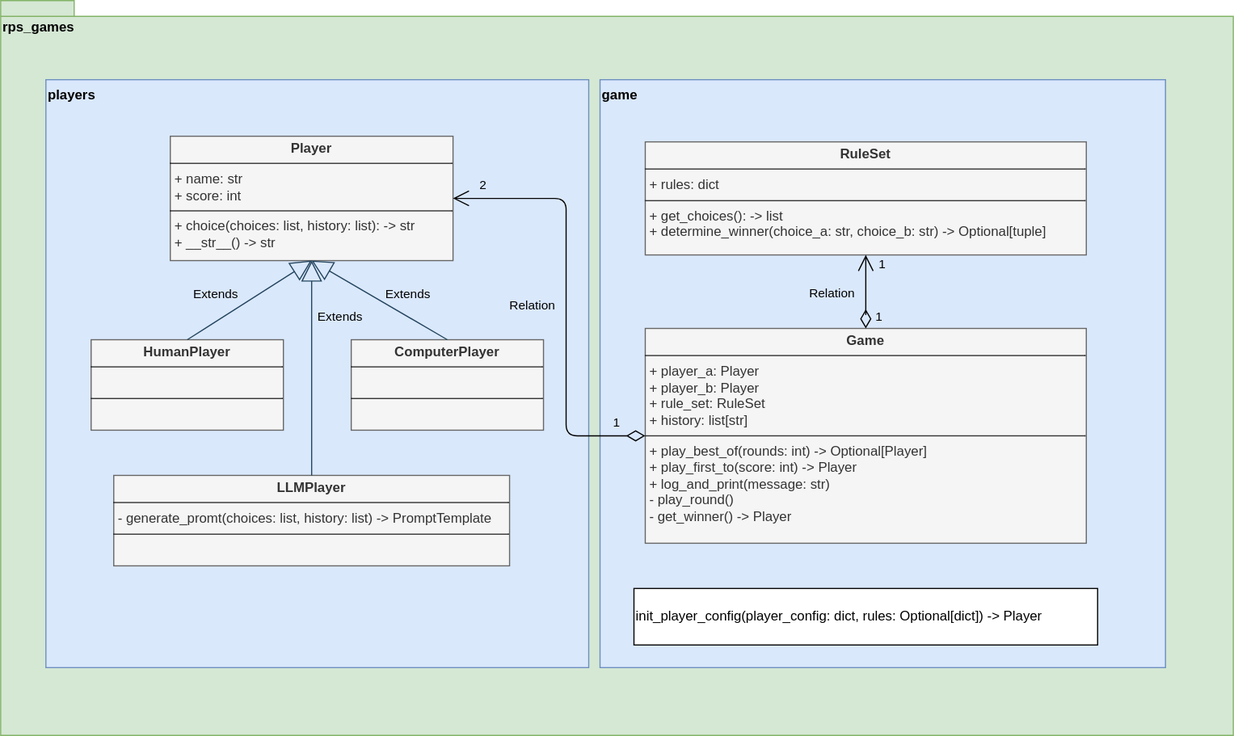
This is docs/diagrams/classes.svg from massimilianobotticelli/rock-paper-scissor, a draw.io export, as it was before one commit. Source tidied: cells renumbered, new cells last; positions are measured from the earlier drawing's top-left corner, leaving out a move shared by most shapes.
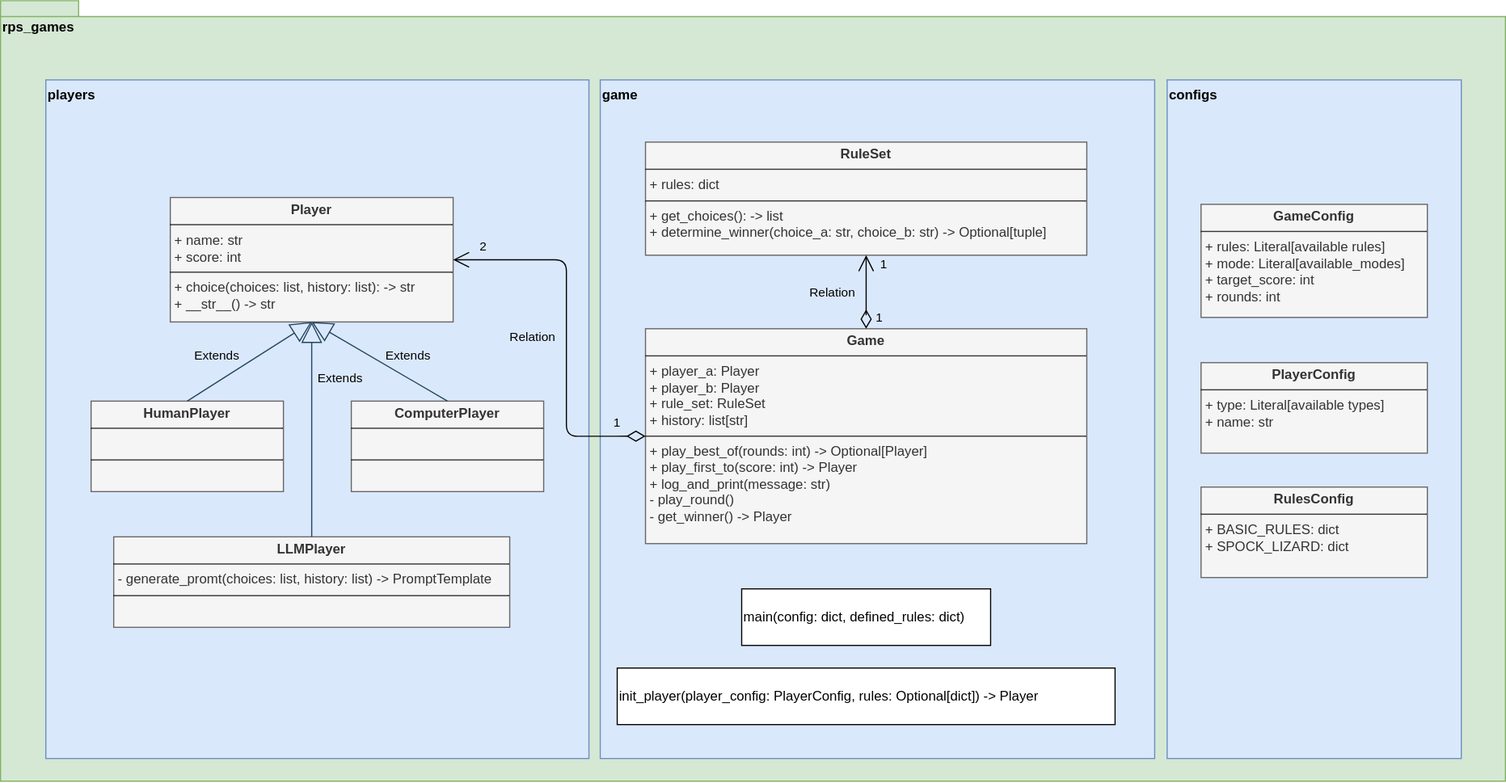
After the commit.

Diff of the diagram source:
```diff
@@ -3,25 +3,25 @@
     <mxCell id="0" />
     <mxCell id="1" parent="0" />
     <mxCell id="2" value="rps_games" style="shape=folder;fontStyle=1;spacingTop=10;tabWidth=40;tabHeight=14;tabPosition=left;html=1;whiteSpace=wrap;verticalAlign=top;align=left;fillColor=#d5e8d4;strokeColor=#82b366;" parent="1" vertex="1">
-      <mxGeometry width="1090" height="650" as="geometry" />
+      <mxGeometry width="1330" height="690" as="geometry" />
     </mxCell>
     <mxCell id="3" value="players" style="html=1;whiteSpace=wrap;align=left;verticalAlign=top;fontStyle=1;fillColor=#dae8fc;strokeColor=#6c8ebf;" parent="1" vertex="1">
-      <mxGeometry x="40" y="70" width="480" height="520" as="geometry" />
+      <mxGeometry x="40" y="70" width="480" height="600" as="geometry" />
     </mxCell>
     <mxCell id="4" value="game" style="html=1;whiteSpace=wrap;align=left;verticalAlign=top;fontStyle=1;fillColor=#dae8fc;strokeColor=#6c8ebf;" parent="1" vertex="1">
-      <mxGeometry x="530" y="70" width="500" height="520" as="geometry" />
+      <mxGeometry x="530" y="70" width="490" height="600" as="geometry" />
     </mxCell>
     <mxCell id="5" value="&lt;p style=&quot;margin:0px;margin-top:4px;text-align:center;&quot;&gt;&lt;b&gt;RuleSet&lt;/b&gt;&lt;/p&gt;&lt;hr size=&quot;1&quot; style=&quot;border-style:solid;&quot;&gt;&lt;p style=&quot;margin:0px;margin-left:4px;&quot;&gt;+ rules: dict&lt;/p&gt;&lt;hr size=&quot;1&quot; style=&quot;border-style:solid;&quot;&gt;&lt;p style=&quot;margin:0px;margin-left:4px;&quot;&gt;+ get_choices(): -&amp;gt; list&lt;/p&gt;&lt;p style=&quot;margin:0px;margin-left:4px;&quot;&gt;+ determine_winner(choice_a: str, choice_b: str) -&amp;gt; Optional[tuple]&lt;/p&gt;" style="verticalAlign=top;align=left;overflow=fill;html=1;whiteSpace=wrap;fillColor=#f5f5f5;strokeColor=#666666;fontColor=#333333;" parent="1" vertex="1">
       <mxGeometry x="570" y="125" width="390" height="100" as="geometry" />
     </mxCell>
     <mxCell id="6" value="&lt;p style=&quot;margin:0px;margin-top:4px;text-align:center;&quot;&gt;&lt;b&gt;Player&lt;/b&gt;&lt;/p&gt;&lt;hr size=&quot;1&quot; style=&quot;border-style:solid;&quot;&gt;&lt;p style=&quot;margin:0px;margin-left:4px;&quot;&gt;+ name: str&lt;/p&gt;&lt;p style=&quot;margin:0px;margin-left:4px;&quot;&gt;+ score: int&lt;/p&gt;&lt;hr size=&quot;1&quot; style=&quot;border-style:solid;&quot;&gt;&lt;p style=&quot;margin:0px;margin-left:4px;&quot;&gt;+ choice(choices: list, history: list): -&amp;gt; str&lt;/p&gt;&lt;p style=&quot;margin:0px;margin-left:4px;&quot;&gt;+ __str__() -&amp;gt; str&lt;/p&gt;" style="verticalAlign=top;align=left;overflow=fill;html=1;whiteSpace=wrap;fillColor=#f5f5f5;strokeColor=#666666;fontColor=#333333;" parent="1" vertex="1">
-      <mxGeometry x="150" y="120" width="250" height="110" as="geometry" />
+      <mxGeometry x="150" y="174" width="250" height="110" as="geometry" />
     </mxCell>
     <mxCell id="7" value="&lt;p style=&quot;margin:0px;margin-top:4px;text-align:center;&quot;&gt;&lt;b&gt;HumanPlayer&lt;/b&gt;&lt;/p&gt;&lt;hr size=&quot;1&quot; style=&quot;border-style:solid;&quot;&gt;&lt;p style=&quot;margin:0px;margin-left:4px;&quot;&gt;&lt;br&gt;&lt;/p&gt;&lt;hr size=&quot;1&quot; style=&quot;border-style:solid;&quot;&gt;&lt;p style=&quot;margin:0px;margin-left:4px;&quot;&gt;&lt;br&gt;&lt;/p&gt;" style="verticalAlign=top;align=left;overflow=fill;html=1;whiteSpace=wrap;fillColor=#f5f5f5;strokeColor=#666666;fontColor=#333333;" parent="1" vertex="1">
-      <mxGeometry x="80" y="300" width="170" height="80" as="geometry" />
+      <mxGeometry x="80" y="354" width="170" height="80" as="geometry" />
     </mxCell>
     <mxCell id="8" value="&lt;p style=&quot;margin:0px;margin-top:4px;text-align:center;&quot;&gt;&lt;b&gt;ComputerPlayer&lt;/b&gt;&lt;/p&gt;&lt;hr size=&quot;1&quot; style=&quot;border-style:solid;&quot;&gt;&lt;p style=&quot;margin:0px;margin-left:4px;&quot;&gt;&lt;br&gt;&lt;/p&gt;&lt;hr size=&quot;1&quot; style=&quot;border-style:solid;&quot;&gt;&lt;p style=&quot;margin:0px;margin-left:4px;&quot;&gt;&lt;br&gt;&lt;/p&gt;" style="verticalAlign=top;align=left;overflow=fill;html=1;whiteSpace=wrap;fillColor=#f5f5f5;strokeColor=#666666;fontColor=#333333;" parent="1" vertex="1">
-      <mxGeometry x="310" y="300" width="170" height="80" as="geometry" />
+      <mxGeometry x="310" y="354" width="170" height="80" as="geometry" />
     </mxCell>
     <mxCell id="9" value="Extends" style="endArrow=block;endSize=16;endFill=0;html=1;exitX=0.5;exitY=0;exitDx=0;exitDy=0;entryX=0.5;entryY=1;entryDx=0;entryDy=0;fillColor=#bac8d3;strokeColor=#23445d;labelBackgroundColor=none;" parent="1" edge="1" source="7" target="6">
       <mxGeometry x="-0.35" y="20" relative="1" as="geometry" />
@@ -33,21 +33,21 @@
       <mxGeometry x="570" y="290" width="390" height="190" as="geometry" />
     </mxCell>
     <mxCell id="12" value="&lt;p style=&quot;margin:0px;margin-top:4px;text-align:center;&quot;&gt;&lt;b&gt;LLMPlayer&lt;/b&gt;&lt;/p&gt;&lt;hr size=&quot;1&quot; style=&quot;border-style:solid;&quot;&gt;&lt;p style=&quot;margin:0px;margin-left:4px;&quot;&gt;- generate_promt(choices: list, history: list) -&amp;gt; PromptTemplate&lt;/p&gt;&lt;hr size=&quot;1&quot; style=&quot;border-style:solid;&quot;&gt;&lt;p style=&quot;margin:0px;margin-left:4px;&quot;&gt;&lt;br&gt;&lt;/p&gt;" style="verticalAlign=top;align=left;overflow=fill;html=1;whiteSpace=wrap;fillColor=#f5f5f5;strokeColor=#666666;fontColor=#333333;" parent="1" vertex="1">
-      <mxGeometry x="100" y="420" width="350" height="80" as="geometry" />
+      <mxGeometry x="100" y="474" width="350" height="80" as="geometry" />
     </mxCell>
     <mxCell id="13" value="Extends" style="endArrow=block;endSize=16;endFill=0;html=1;exitX=0.5;exitY=0;exitDx=0;exitDy=0;fillColor=#bac8d3;strokeColor=#23445d;labelBackgroundColor=none;" parent="1" edge="1" source="12">
       <mxGeometry x="0.47" y="-25" relative="1" as="geometry">
-        <mxPoint x="275" y="230" as="targetPoint" />
+        <mxPoint x="275" y="284" as="targetPoint" />
       </mxGeometry>
     </mxCell>
-    <mxCell id="14" value="validate_player_config(player_config: dict, rules: Optional[dict]) -&amp;gt; Player" style="html=1;whiteSpace=wrap;align=left;" parent="1" vertex="1">
-      <mxGeometry x="560" y="520" width="410" height="50" as="geometry" />
+    <mxCell id="14" value="init_player(player_config: PlayerConfig, rules: Optional[dict]) -&amp;gt; Player" style="html=1;whiteSpace=wrap;align=left;" parent="1" vertex="1">
+      <mxGeometry x="545" y="590" width="440" height="50" as="geometry" />
     </mxCell>
     <mxCell id="15" value="Relation" style="endArrow=open;html=1;endSize=12;startArrow=diamondThin;startSize=14;startFill=0;edgeStyle=orthogonalEdgeStyle;entryX=1;entryY=0.5;entryDx=0;entryDy=0;exitX=0;exitY=0.5;exitDx=0;exitDy=0;fontColor=default;labelBackgroundColor=none;" parent="1" edge="1" source="11" target="6">
       <mxGeometry x="-0.03" y="30" relative="1" as="geometry">
         <Array as="points">
           <mxPoint x="500" y="385" />
-          <mxPoint x="500" y="175" />
+          <mxPoint x="500" y="229" />
         </Array>
       </mxGeometry>
     </mxCell>
@@ -79,5 +79,20 @@
         <mxPoint x="18" y="-5" as="offset" />
       </mxGeometry>
     </mxCell>
+    <mxCell id="21" value="main(config: dict, defined_rules: dict)" style="html=1;whiteSpace=wrap;align=left;" parent="1" vertex="1">
+      <mxGeometry x="655" y="520" width="220" height="50" as="geometry" />
+    </mxCell>
+    <mxCell id="22" value="configs" style="html=1;whiteSpace=wrap;align=left;verticalAlign=top;fontStyle=1;fillColor=#dae8fc;strokeColor=#6c8ebf;" parent="1" vertex="1">
+      <mxGeometry x="1031" y="70" width="260" height="600" as="geometry" />
+    </mxCell>
+    <mxCell id="23" value="&lt;p style=&quot;margin:0px;margin-top:4px;text-align:center;&quot;&gt;&lt;b&gt;GameConfig&lt;/b&gt;&lt;/p&gt;&lt;hr size=&quot;1&quot; style=&quot;border-style:solid;&quot;&gt;&lt;p style=&quot;margin:0px;margin-left:4px;&quot;&gt;+ rules: Literal[available rules]&lt;/p&gt;&lt;p style=&quot;margin:0px;margin-left:4px;&quot;&gt;+ mode: Literal[available_modes]&lt;/p&gt;&lt;p style=&quot;margin:0px;margin-left:4px;&quot;&gt;+ target_score: int&lt;/p&gt;&lt;p style=&quot;margin:0px;margin-left:4px;&quot;&gt;+ rounds: int&lt;/p&gt;" style="verticalAlign=top;align=left;overflow=fill;html=1;whiteSpace=wrap;fillColor=#f5f5f5;strokeColor=#666666;fontColor=#333333;" parent="1" vertex="1">
+      <mxGeometry x="1061" y="180" width="200" height="100" as="geometry" />
+    </mxCell>
+    <mxCell id="24" value="&lt;p style=&quot;margin:0px;margin-top:4px;text-align:center;&quot;&gt;&lt;b&gt;PlayerConfig&lt;/b&gt;&lt;/p&gt;&lt;hr size=&quot;1&quot; style=&quot;border-style:solid;&quot;&gt;&lt;p style=&quot;margin:0px;margin-left:4px;&quot;&gt;+ type: Literal[available types]&lt;/p&gt;&lt;p style=&quot;margin:0px;margin-left:4px;&quot;&gt;+ name: str&lt;/p&gt;" style="verticalAlign=top;align=left;overflow=fill;html=1;whiteSpace=wrap;fillColor=#f5f5f5;strokeColor=#666666;fontColor=#333333;" parent="1" vertex="1">
+      <mxGeometry x="1061" y="320" width="200" height="80" as="geometry" />
+    </mxCell>
+    <mxCell id="25" value="&lt;p style=&quot;margin:0px;margin-top:4px;text-align:center;&quot;&gt;&lt;b&gt;RulesConfig&lt;/b&gt;&lt;/p&gt;&lt;hr size=&quot;1&quot; style=&quot;border-style:solid;&quot;&gt;&lt;p style=&quot;margin:0px;margin-left:4px;&quot;&gt;+ BASIC_RULES: dict&lt;/p&gt;&lt;p style=&quot;margin:0px;margin-left:4px;&quot;&gt;&lt;span style=&quot;background-color: transparent;&quot;&gt;+ SPOCK_LIZARD: dict&lt;/span&gt;&lt;/p&gt;" style="verticalAlign=top;align=left;overflow=fill;html=1;whiteSpace=wrap;fillColor=#f5f5f5;strokeColor=#666666;fontColor=#333333;" parent="1" vertex="1">
+      <mxGeometry x="1061" y="430" width="200" height="80" as="geometry" />
+    </mxCell>
   </root>
 </mxGraphModel>
```
